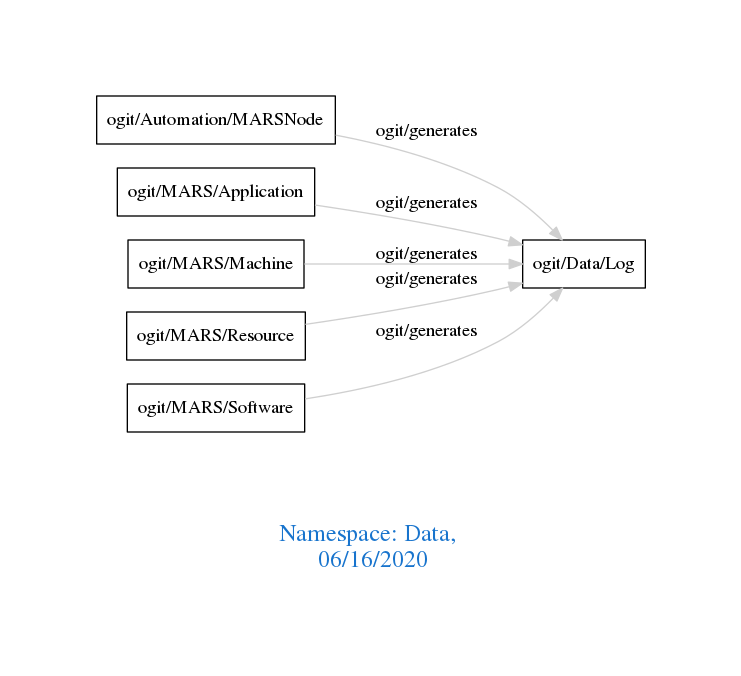
This is downloads/Data.png from arago/OGIT, a Graphviz export, as it was before one commit. Its source is kept beside it as downloads/Data.dot.
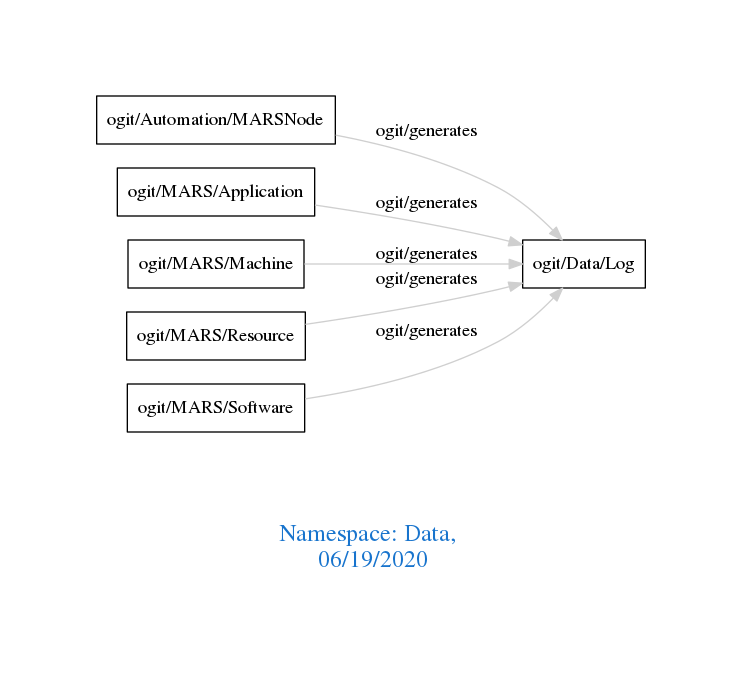
The same file after the commit.

Diff of the diagram source:
```diff
@@ -1,7 +1,7 @@
 digraph OGIT_ontology {
  graph [ rankdir= LR,pad=1
 fontsize = 18,
-fontcolor= dodgerblue3,label = "\n\n\nNamespace: Data, \n 06/16/2020"];
+fontcolor= dodgerblue3,label = "\n\n\nNamespace: Data, \n 06/19/2020"];
 node[shape=polygon];
 edge [  color="gray81"];
 
```
